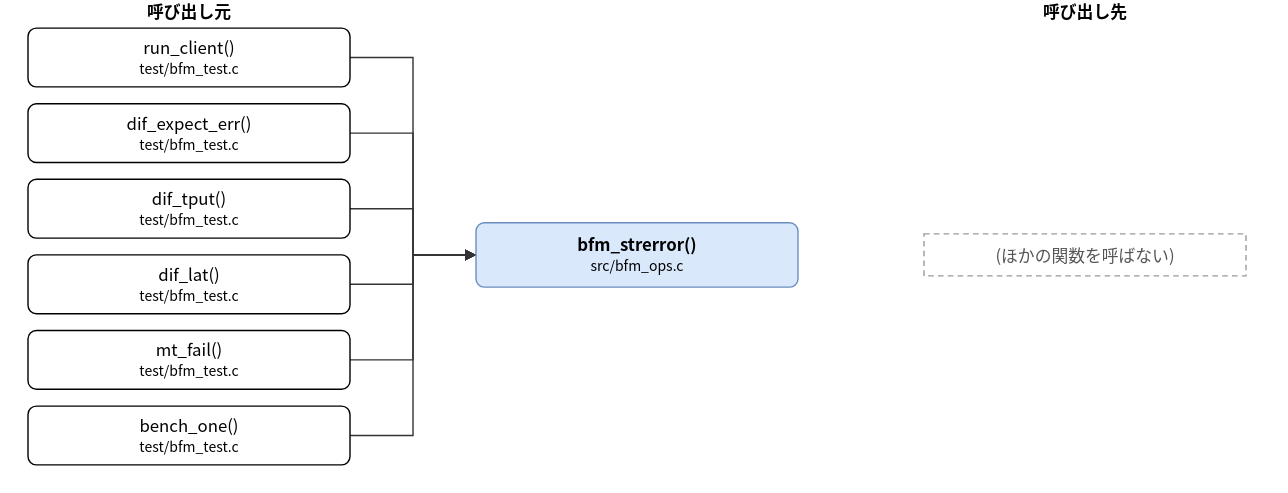
Earlier version of the draw.io export doc/spec/images/call_src_bfm_ops-bfm_strerror.drawio.svg (hf355051012-ai/bfmem). Source tidied: cells renumbered, new cells last; positions are measured from the earlier drawing's top-left corner, leaving out a move shared by most shapes.
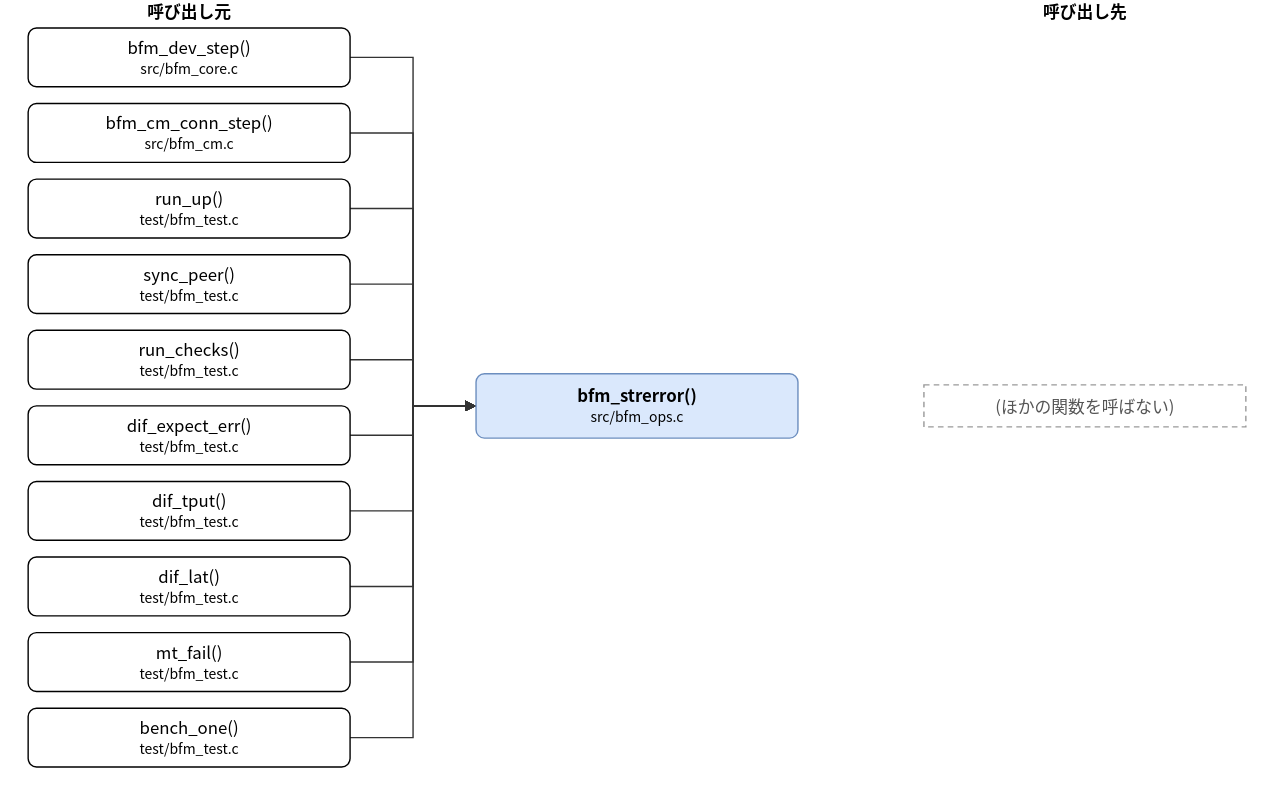
The same file after the commit.

The edit, as a diff of the source:
```diff
@@ -3,34 +3,46 @@
     <mxCell id="0" />
     <mxCell id="1" parent="0" />
     <mxCell id="2" value="bfm_strerror()&lt;br&gt;&lt;font style=&quot;font-size:10px&quot;&gt;src/bfm_ops.c&lt;/font&gt;" style="rounded=1;whiteSpace=wrap;html=1;fillColor=#dae8fc;strokeColor=#6c8ebf;fontStyle=1;" parent="1" vertex="1">
-      <mxGeometry x="320" y="159" width="230" height="46" as="geometry" />
+      <mxGeometry x="320" y="267" width="230" height="46" as="geometry" />
     </mxCell>
-    <mxCell id="3" value="run_client()&lt;br&gt;&lt;font style=&quot;font-size:10px&quot;&gt;test/bfm_test.c&lt;/font&gt;" style="rounded=1;whiteSpace=wrap;html=1;" parent="1" vertex="1">
+    <mxCell id="3" value="bfm_dev_step()&lt;br&gt;&lt;font style=&quot;font-size:10px&quot;&gt;src/bfm_core.c&lt;/font&gt;" style="rounded=1;whiteSpace=wrap;html=1;" parent="1" vertex="1">
       <mxGeometry y="20" width="230" height="42" as="geometry" />
     </mxCell>
-    <mxCell id="4" value="dif_expect_err()&lt;br&gt;&lt;font style=&quot;font-size:10px&quot;&gt;test/bfm_test.c&lt;/font&gt;" style="rounded=1;whiteSpace=wrap;html=1;" parent="1" vertex="1">
+    <mxCell id="4" value="bfm_cm_conn_step()&lt;br&gt;&lt;font style=&quot;font-size:10px&quot;&gt;src/bfm_cm.c&lt;/font&gt;" style="rounded=1;whiteSpace=wrap;html=1;" parent="1" vertex="1">
       <mxGeometry y="74" width="230" height="42" as="geometry" />
     </mxCell>
-    <mxCell id="5" value="dif_tput()&lt;br&gt;&lt;font style=&quot;font-size:10px&quot;&gt;test/bfm_test.c&lt;/font&gt;" style="rounded=1;whiteSpace=wrap;html=1;" parent="1" vertex="1">
+    <mxCell id="5" value="run_up()&lt;br&gt;&lt;font style=&quot;font-size:10px&quot;&gt;test/bfm_test.c&lt;/font&gt;" style="rounded=1;whiteSpace=wrap;html=1;" parent="1" vertex="1">
       <mxGeometry y="128" width="230" height="42" as="geometry" />
     </mxCell>
-    <mxCell id="6" value="dif_lat()&lt;br&gt;&lt;font style=&quot;font-size:10px&quot;&gt;test/bfm_test.c&lt;/font&gt;" style="rounded=1;whiteSpace=wrap;html=1;" parent="1" vertex="1">
+    <mxCell id="6" value="sync_peer()&lt;br&gt;&lt;font style=&quot;font-size:10px&quot;&gt;test/bfm_test.c&lt;/font&gt;" style="rounded=1;whiteSpace=wrap;html=1;" parent="1" vertex="1">
       <mxGeometry y="182" width="230" height="42" as="geometry" />
     </mxCell>
-    <mxCell id="7" value="mt_fail()&lt;br&gt;&lt;font style=&quot;font-size:10px&quot;&gt;test/bfm_test.c&lt;/font&gt;" style="rounded=1;whiteSpace=wrap;html=1;" parent="1" vertex="1">
+    <mxCell id="7" value="run_checks()&lt;br&gt;&lt;font style=&quot;font-size:10px&quot;&gt;test/bfm_test.c&lt;/font&gt;" style="rounded=1;whiteSpace=wrap;html=1;" parent="1" vertex="1">
       <mxGeometry y="236" width="230" height="42" as="geometry" />
     </mxCell>
-    <mxCell id="8" value="bench_one()&lt;br&gt;&lt;font style=&quot;font-size:10px&quot;&gt;test/bfm_test.c&lt;/font&gt;" style="rounded=1;whiteSpace=wrap;html=1;" parent="1" vertex="1">
+    <mxCell id="8" value="dif_expect_err()&lt;br&gt;&lt;font style=&quot;font-size:10px&quot;&gt;test/bfm_test.c&lt;/font&gt;" style="rounded=1;whiteSpace=wrap;html=1;" parent="1" vertex="1">
       <mxGeometry y="290" width="230" height="42" as="geometry" />
     </mxCell>
+    <mxCell id="18" value="dif_tput()&lt;br&gt;&lt;font style=&quot;font-size:10px&quot;&gt;test/bfm_test.c&lt;/font&gt;" style="rounded=1;whiteSpace=wrap;html=1;" parent="1" vertex="1">
+      <mxGeometry y="344" width="230" height="42" as="geometry" />
+    </mxCell>
+    <mxCell id="19" value="dif_lat()&lt;br&gt;&lt;font style=&quot;font-size:10px&quot;&gt;test/bfm_test.c&lt;/font&gt;" style="rounded=1;whiteSpace=wrap;html=1;" parent="1" vertex="1">
+      <mxGeometry y="398" width="230" height="42" as="geometry" />
+    </mxCell>
+    <mxCell id="20" value="mt_fail()&lt;br&gt;&lt;font style=&quot;font-size:10px&quot;&gt;test/bfm_test.c&lt;/font&gt;" style="rounded=1;whiteSpace=wrap;html=1;" parent="1" vertex="1">
+      <mxGeometry y="452" width="230" height="42" as="geometry" />
+    </mxCell>
+    <mxCell id="21" value="bench_one()&lt;br&gt;&lt;font style=&quot;font-size:10px&quot;&gt;test/bfm_test.c&lt;/font&gt;" style="rounded=1;whiteSpace=wrap;html=1;" parent="1" vertex="1">
+      <mxGeometry y="506" width="230" height="42" as="geometry" />
+    </mxCell>
     <mxCell id="9" value="(ほかの関数を呼ばない)" style="rounded=0;whiteSpace=wrap;html=1;dashed=1;strokeColor=#999999;fontColor=#555555;dashed=1;" parent="1" vertex="1">
-      <mxGeometry x="640" y="167" width="230" height="30" as="geometry" />
+      <mxGeometry x="640" y="275" width="230" height="30" as="geometry" />
     </mxCell>
     <mxCell id="10" style="edgeStyle=none;html=1;rounded=0;endArrow=block;endFill=1;exitX=1.0000;exitY=0.5000;exitDx=0;exitDy=0;exitPerimeter=0;entryX=0.0000;entryY=0.5000;entryDx=0;entryDy=0;entryPerimeter=0;" parent="1" edge="1" source="3" target="2">
       <mxGeometry relative="1" as="geometry">
         <Array as="points">
           <mxPoint x="275" y="41" />
-          <mxPoint x="275" y="182" />
+          <mxPoint x="275" y="290" />
         </Array>
       </mxGeometry>
     </mxCell>
@@ -38,7 +50,7 @@
       <mxGeometry relative="1" as="geometry">
         <Array as="points">
           <mxPoint x="275" y="95" />
-          <mxPoint x="275" y="182" />
+          <mxPoint x="275" y="290" />
         </Array>
       </mxGeometry>
     </mxCell>
@@ -46,7 +58,7 @@
       <mxGeometry relative="1" as="geometry">
         <Array as="points">
           <mxPoint x="275" y="149" />
-          <mxPoint x="275" y="182" />
+          <mxPoint x="275" y="290" />
         </Array>
       </mxGeometry>
     </mxCell>
@@ -54,7 +66,7 @@
       <mxGeometry relative="1" as="geometry">
         <Array as="points">
           <mxPoint x="275" y="203" />
-          <mxPoint x="275" y="182" />
+          <mxPoint x="275" y="290" />
         </Array>
       </mxGeometry>
     </mxCell>
@@ -62,7 +74,7 @@
       <mxGeometry relative="1" as="geometry">
         <Array as="points">
           <mxPoint x="275" y="257" />
-          <mxPoint x="275" y="182" />
+          <mxPoint x="275" y="290" />
         </Array>
       </mxGeometry>
     </mxCell>
@@ -70,10 +82,42 @@
       <mxGeometry relative="1" as="geometry">
         <Array as="points">
           <mxPoint x="275" y="311" />
-          <mxPoint x="275" y="182" />
+          <mxPoint x="275" y="290" />
         </Array>
       </mxGeometry>
     </mxCell>
+    <mxCell id="22" style="edgeStyle=none;html=1;rounded=0;endArrow=block;endFill=1;exitX=1.0000;exitY=0.5000;exitDx=0;exitDy=0;exitPerimeter=0;entryX=0.0000;entryY=0.5000;entryDx=0;entryDy=0;entryPerimeter=0;" parent="1" edge="1" source="18" target="2">
+      <mxGeometry relative="1" as="geometry">
+        <Array as="points">
+          <mxPoint x="275" y="365" />
+          <mxPoint x="275" y="290" />
+        </Array>
+      </mxGeometry>
+    </mxCell>
+    <mxCell id="23" style="edgeStyle=none;html=1;rounded=0;endArrow=block;endFill=1;exitX=1.0000;exitY=0.5000;exitDx=0;exitDy=0;exitPerimeter=0;entryX=0.0000;entryY=0.5000;entryDx=0;entryDy=0;entryPerimeter=0;" parent="1" edge="1" source="19" target="2">
+      <mxGeometry relative="1" as="geometry">
+        <Array as="points">
+          <mxPoint x="275" y="419" />
+          <mxPoint x="275" y="290" />
+        </Array>
+      </mxGeometry>
+    </mxCell>
+    <mxCell id="24" style="edgeStyle=none;html=1;rounded=0;endArrow=block;endFill=1;exitX=1.0000;exitY=0.5000;exitDx=0;exitDy=0;exitPerimeter=0;entryX=0.0000;entryY=0.5000;entryDx=0;entryDy=0;entryPerimeter=0;" parent="1" edge="1" source="20" target="2">
+      <mxGeometry relative="1" as="geometry">
+        <Array as="points">
+          <mxPoint x="275" y="473" />
+          <mxPoint x="275" y="290" />
+        </Array>
+      </mxGeometry>
+    </mxCell>
+    <mxCell id="25" style="edgeStyle=none;html=1;rounded=0;endArrow=block;endFill=1;exitX=1.0000;exitY=0.5000;exitDx=0;exitDy=0;exitPerimeter=0;entryX=0.0000;entryY=0.5000;entryDx=0;entryDy=0;entryPerimeter=0;" parent="1" edge="1" source="21" target="2">
+      <mxGeometry relative="1" as="geometry">
+        <Array as="points">
+          <mxPoint x="275" y="527" />
+          <mxPoint x="275" y="290" />
+        </Array>
+      </mxGeometry>
+    </mxCell>
     <mxCell id="16" value="呼び出し元" style="text;html=1;align=center;fontStyle=1;" parent="1" vertex="1">
       <mxGeometry x="35" width="160" height="18" as="geometry" />
     </mxCell>
```
